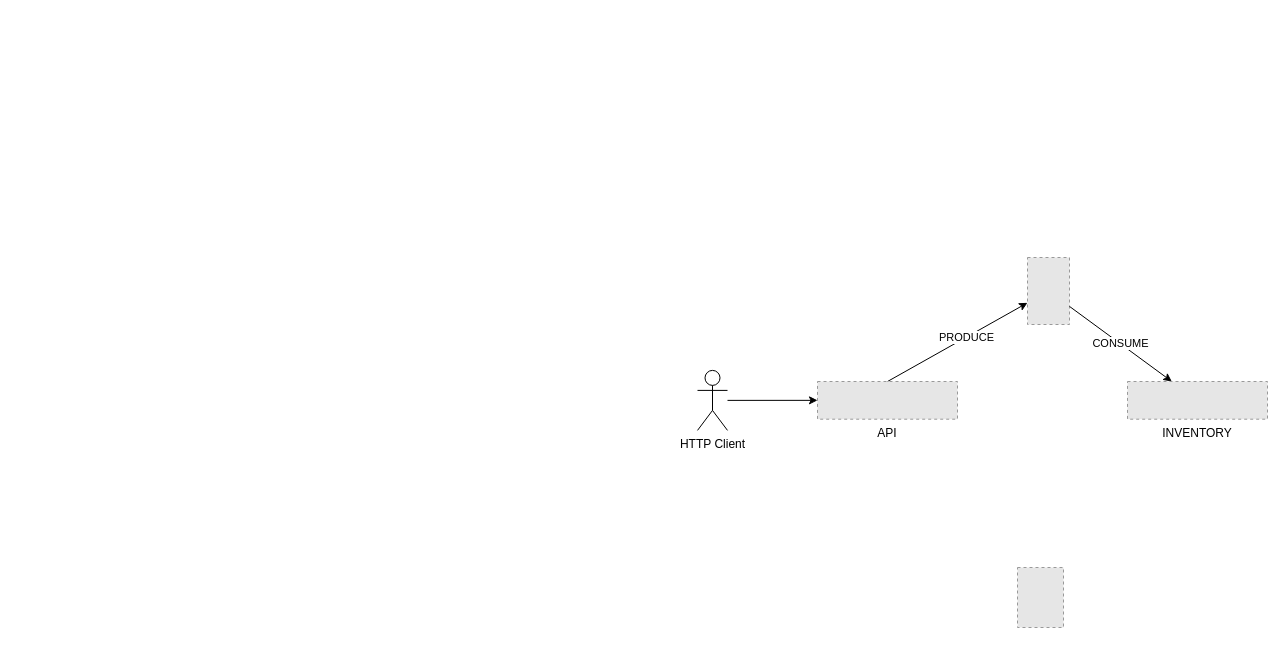
Before: assets/diagram/systemArchitecture.drawio in rgomide/systems-integration-with-kafka, a draw.io diagram. Source tidied: cells renumbered, new cells numbered last; positions are measured from the earlier drawing's top-left corner, leaving out a move shared by most shapes. Both pictures are drawn from the tidied source at 100%, with x=0, y=0 at pixel (697, 257). Pictures stored in the file or linked from it are replaced by grey dashed boxes.
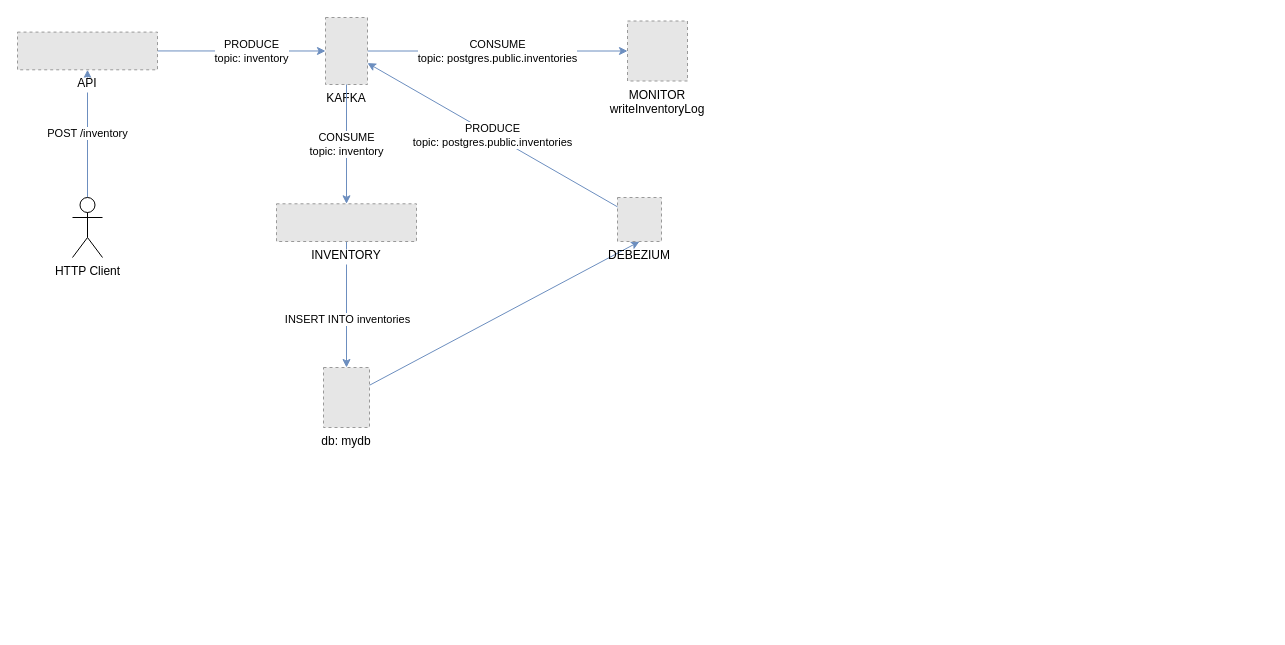
Above is the later version.

What changed in the source:
```diff
@@
 <mxGraphModel>
   <root>
     <mxCell id="0" />
     <mxCell id="1" parent="0" />
+    <mxCell id="11" style="rounded=0;jettySize=auto;html=1;entryX=0.5;entryY=1;entryDx=0;entryDy=0;fillColor=#dae8fc;strokeColor=#6c8ebf;" parent="1" edge="1" source="2" target="14">
+      <mxGeometry relative="1" as="geometry" />
+    </mxCell>
-    <mxCell id="2" style="fillColor=#E6E6E6;strokeColor=#999999;dashed=1;verticalLabelPosition=bottom;labelBackgroundColor=#ffffff;verticalAlign=top;" parent="1" vertex="1">
-      <mxGeometry x="320" y="310" width="46" height="60" as="geometry" />
+    <mxCell id="2" value="db: mydb" style="fillColor=#E6E6E6;strokeColor=#999999;dashed=1;verticalLabelPosition=bottom;labelBackgroundColor=#ffffff;verticalAlign=top;" parent="1" vertex="1">
+      <mxGeometry x="-374" y="110" width="46" height="60" as="geometry" />
     </mxCell>
-    <mxCell id="3" style="rounded=0;jettySize=auto;html=1;exitX=0.5;exitY=0;exitDx=0;exitDy=0;" parent="1" edge="1" source="8" target="7">
+    <mxCell id="3" style="rounded=0;jettySize=auto;html=1;exitX=1;exitY=0.5;exitDx=0;exitDy=0;fillColor=#dae8fc;strokeColor=#6c8ebf;" parent="1" edge="1" source="8" target="7">
       <mxGeometry relative="1" as="geometry" />
     </mxCell>
-    <mxCell id="4" value="PRODUCE" style="edgeLabel;html=1;align=center;verticalAlign=middle;" parent="3" vertex="1">
+    <mxCell id="4" value="PRODUCE&lt;br&gt;topic: inventory" style="edgeLabel;html=1;align=center;verticalAlign=middle;" parent="3" vertex="1">
       <mxGeometry x="0.12" relative="1" as="geometry" />
     </mxCell>
-    <mxCell id="5" style="rounded=0;jettySize=auto;html=1;entryX=0;entryY=0.5;entryDx=0;entryDy=0;strokeColor=default;" parent="1" edge="1" source="6" target="8">
+    <mxCell id="5" value="POST /inventory" style="rounded=0;jettySize=auto;html=1;entryX=0.5;entryY=1;entryDx=0;entryDy=0;strokeColor=#6c8ebf;fillColor=#dae8fc;" parent="1" edge="1" source="6" target="8">
       <mxGeometry relative="1" as="geometry" />
     </mxCell>
     <mxCell id="6" value="HTTP Client&lt;div&gt;&lt;br&gt;&lt;/div&gt;" style="shape=umlActor;verticalLabelPosition=bottom;verticalAlign=top;html=1;outlineConnect=0;" parent="1" vertex="1">
-      <mxGeometry y="112.9" width="30" height="60" as="geometry" />
+      <mxGeometry x="-625" y="-60" width="30" height="60" as="geometry" />
     </mxCell>
+    <mxCell id="12" value="CONSUME&lt;br&gt;topic: postgres.public.inventories" style="rounded=0;jettySize=auto;html=1;fillColor=#dae8fc;strokeColor=#6c8ebf;" parent="1" edge="1" source="7" target="15">
+      <mxGeometry relative="1" as="geometry" />
+    </mxCell>
-    <mxCell id="7" style="fillColor=#E6E6E6;strokeColor=#999999;dashed=1;verticalLabelPosition=bottom;labelBackgroundColor=#ffffff;verticalAlign=top;" parent="1" vertex="1">
-      <mxGeometry x="330" width="42" height="67" as="geometry" />
+    <mxCell id="7" value="KAFKA" style="fillColor=#E6E6E6;strokeColor=#999999;dashed=1;verticalLabelPosition=bottom;labelBackgroundColor=#ffffff;verticalAlign=top;" parent="1" vertex="1">
+      <mxGeometry x="-372" y="-240" width="42" height="67" as="geometry" />
     </mxCell>
     <mxCell id="8" value="API" style="fillColor=#E6E6E6;strokeColor=#999999;dashed=1;verticalLabelPosition=bottom;labelBackgroundColor=#ffffff;verticalAlign=top;" parent="1" vertex="1">
-      <mxGeometry x="120" y="124" width="140" height="37.7" as="geometry" />
+      <mxGeometry x="-680" y="-225.4" width="140" height="37.7" as="geometry" />
     </mxCell>
-    <mxCell id="9" value="CONSUME" style="rounded=0;jettySize=auto;html=1;" parent="1" edge="1" source="7" target="10">
+    <mxCell id="9" value="CONSUME&lt;br&gt;topic: inventory" style="rounded=0;jettySize=auto;html=1;fillColor=#dae8fc;strokeColor=#6c8ebf;" parent="1" edge="1" source="7" target="10">
       <mxGeometry relative="1" as="geometry" />
     </mxCell>
+    <mxCell id="13" value="INSERT INTO inventories" style="edgeStyle=orthogonalEdgeStyle;rounded=0;jettySize=auto;html=1;fillColor=#dae8fc;strokeColor=#6c8ebf;" parent="1" edge="1" source="10" target="2">
+      <mxGeometry x="0.24" y="1" relative="1" as="geometry" />
+    </mxCell>
     <mxCell id="10" value="INVENTORY" style="fillColor=#E6E6E6;strokeColor=#999999;dashed=1;verticalLabelPosition=bottom;labelBackgroundColor=#ffffff;verticalAlign=top;" parent="1" vertex="1">
-      <mxGeometry x="430" y="124" width="140" height="37.7" as="geometry" />
+      <mxGeometry x="-421" y="-53.7" width="140" height="37.7" as="geometry" />
     </mxCell>
+    <mxCell id="14" value="DEBEZIUM" style="fillColor=#E6E6E6;strokeColor=#999999;dashed=1;verticalLabelPosition=bottom;verticalAlign=top;" parent="1" vertex="1">
+      <mxGeometry x="-80" y="-60" width="44" height="44" as="geometry" />
+    </mxCell>
+    <mxCell id="15" value="MONITOR&#10;writeInventoryLog" style="fillColor=#E6E6E6;strokeColor=#999999;dashed=1;verticalLabelPosition=bottom;verticalAlign=top;" parent="1" vertex="1">
+      <mxGeometry x="-70" y="-236.5" width="60" height="60" as="geometry" />
+    </mxCell>
+    <mxCell id="16" value="PRODUCE&lt;br&gt;topic: postgres.public.inventories" style="rounded=0;jettySize=auto;html=1;fillColor=#dae8fc;strokeColor=#6c8ebf;" parent="1" edge="1" source="14" target="7">
+      <mxGeometry relative="1" as="geometry" />
+    </mxCell>
   </root>
 </mxGraphModel>
```
